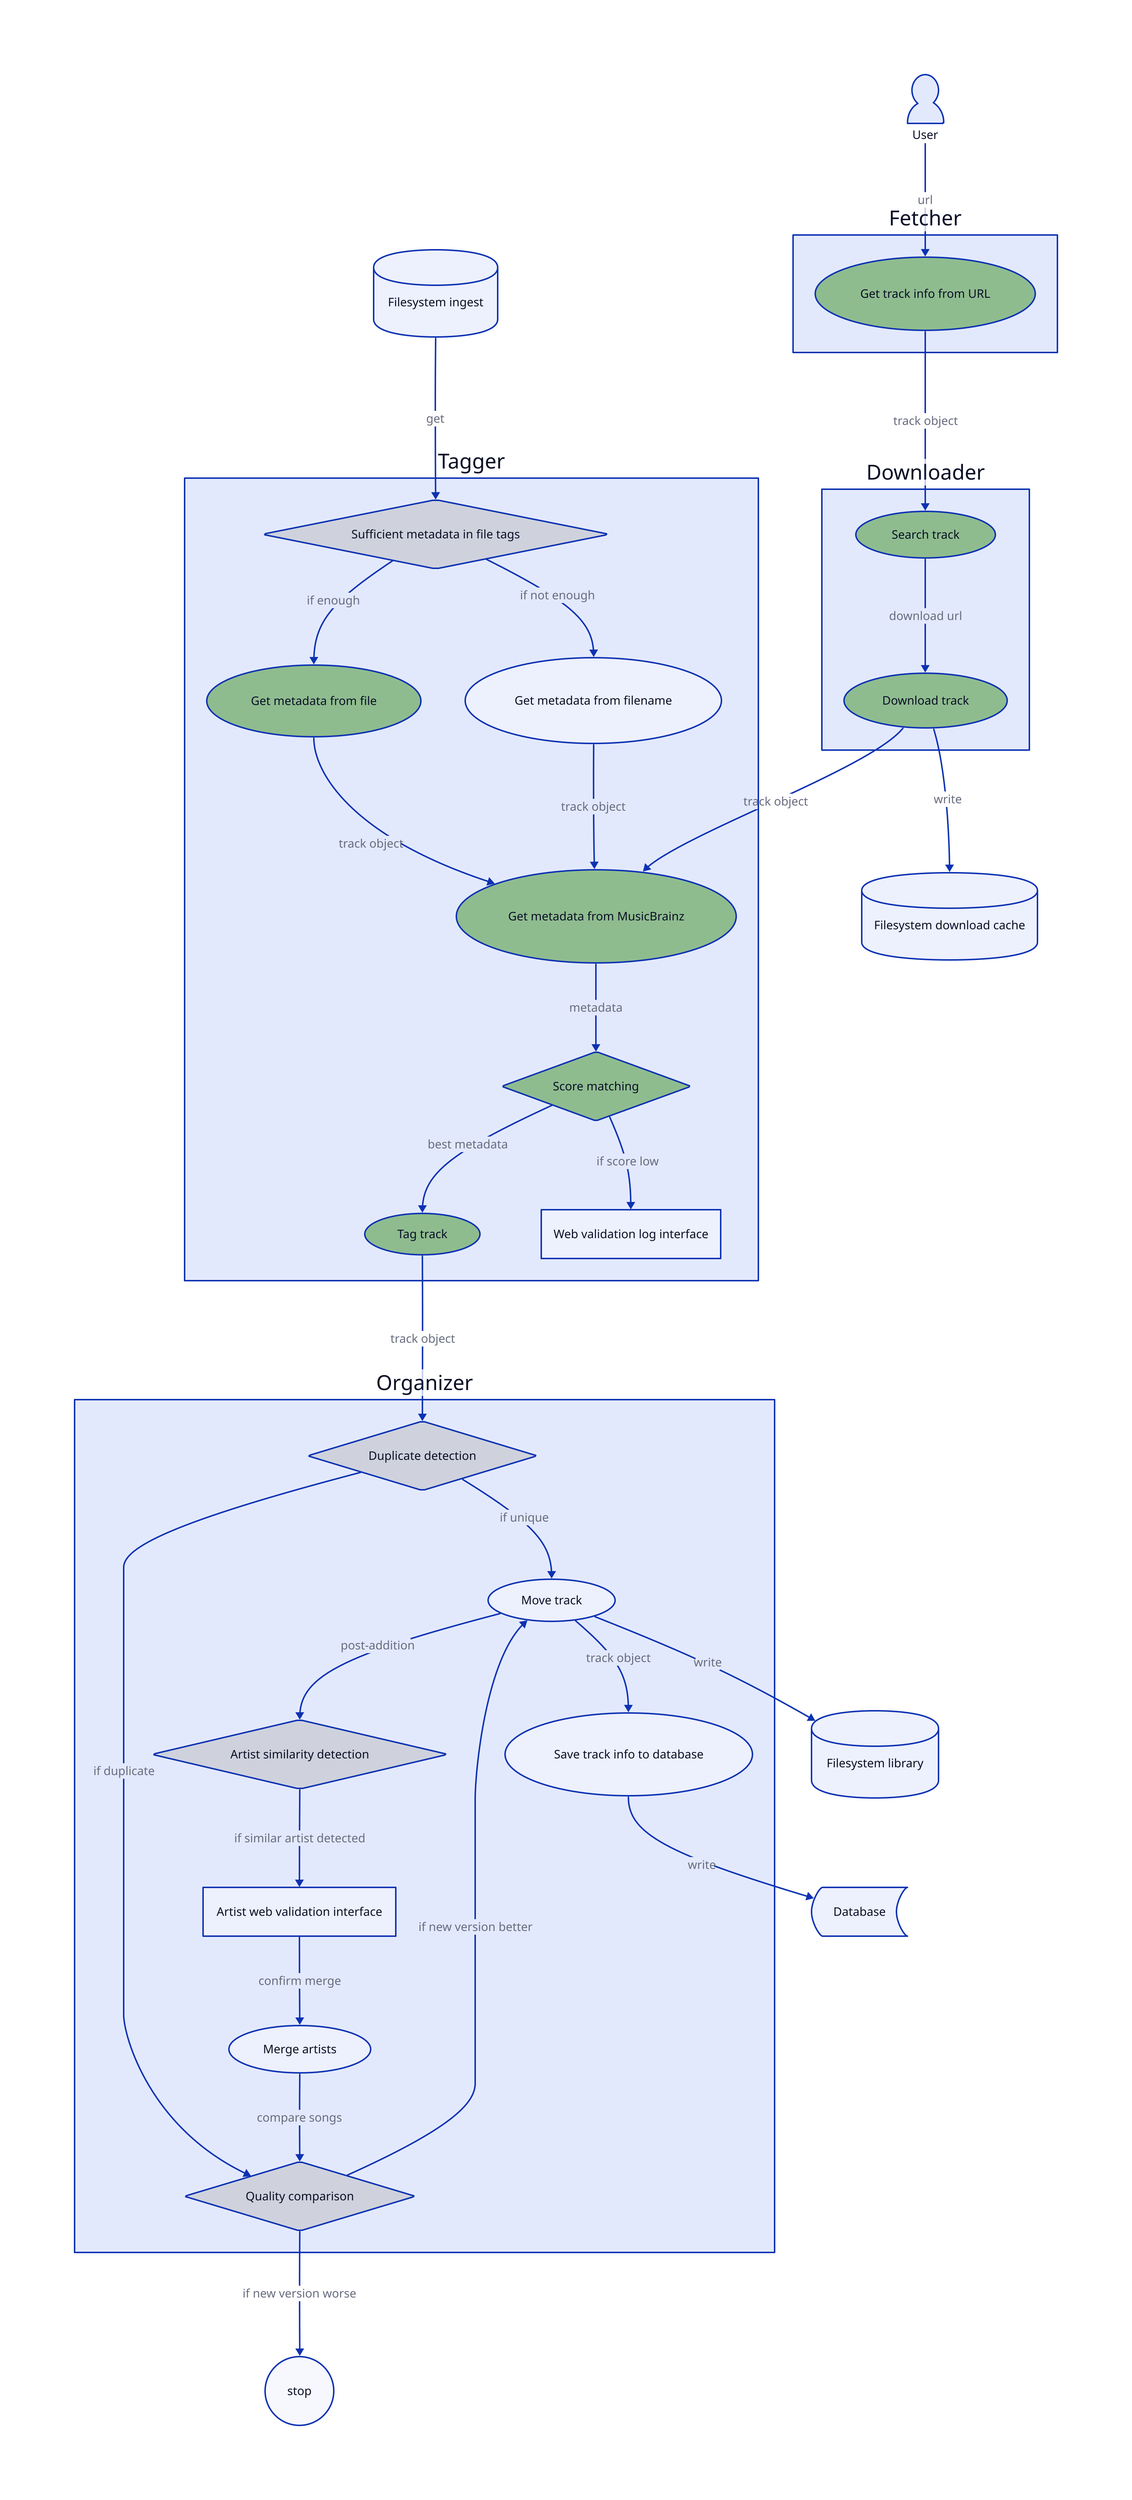
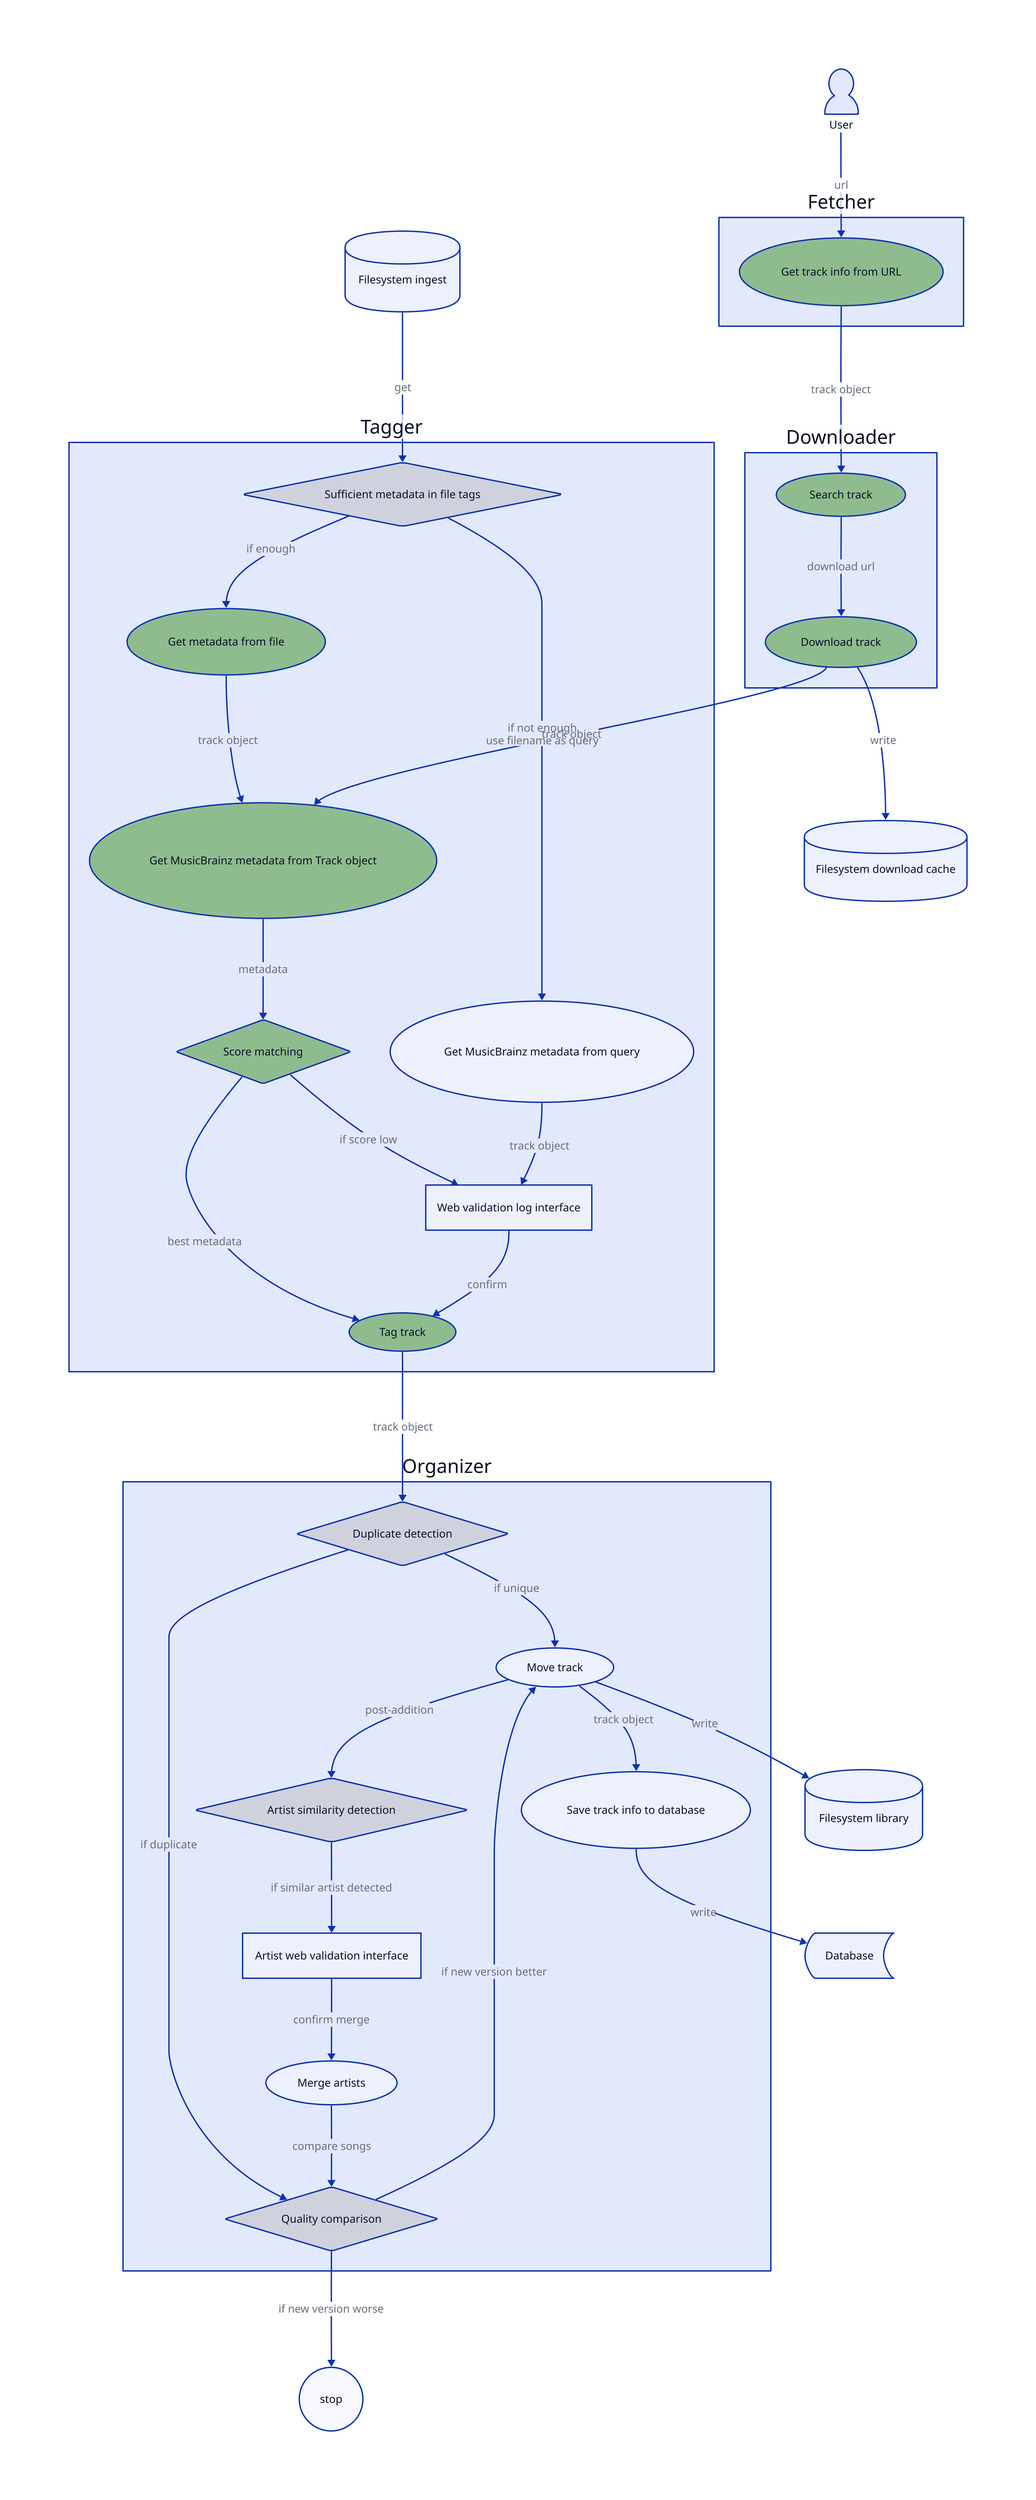
vars: {
    d2-config: {
        layout-engine: dagre
        # Terminal theme code
        theme-id: 200
    }
}

user: "User" {
    shape: person
}

fetcher: "Fetcher" {
    get_track_info_from_url: "Get track info from URL" {
        shape: oval
        style.fill: "darkseagreen"
    }
}

downloader: "Downloader" {
    search_track: "Search track" {
        shape: oval
        style.fill: "darkseagreen"
    }
    download_track: "Download track" {
        shape: oval
        style.fill: "darkseagreen"
    }
}

tagger: "Tagger" {
-     get_metadata_from_music_brainz: "Get metadata from MusicBrainz" {
+     get_music_brainz_metadata_from_track_object: "Get MusicBrainz metadata from Track object" {
        shape: oval
        style.fill: "darkseagreen"
+     }
+     get_music_brainz_metadata_from_query: "Get MusicBrainz metadata from query" {
+         shape: oval
+         # style.fill: "darkseagreen"
    }
    score_matching: "Score matching" {
        shape: diamond
        style.fill: "darkseagreen"
    }
    tag_track: "Tag track" {
        shape: oval
        style.fill: "darkseagreen"
    }
    get_metadata_from_file: "Get metadata from file" {
        shape: oval
        style.fill: "darkseagreen"
    }
-     get_metadata_from_filename: "Get metadata from filename" {
-         shape: oval
-     }
    sufficient_metadata: "Sufficient metadata in file tags" {
        shape: diamond
    }
    web_validation: "Web validation log interface"

-     get_metadata_from_music_brainz -> score_matching: "metadata"
-     get_metadata_from_file -> get_metadata_from_music_brainz: "track object"
-     get_metadata_from_filename -> get_metadata_from_music_brainz: "track object"
+     get_music_brainz_metadata_from_track_object -> score_matching: "metadata"
+     get_metadata_from_file -> get_music_brainz_metadata_from_track_object: "track object"
    sufficient_metadata -> get_metadata_from_file: "if enough"
-     sufficient_metadata -> get_metadata_from_filename: "if not enough"
+     sufficient_metadata -> get_music_brainz_metadata_from_query: "if not enough\nuse filename as query"
    score_matching -> tag_track: "best metadata"
    score_matching -> web_validation: "if score low"
+     get_music_brainz_metadata_from_query -> web_validation: "track object"
+     web_validation -> tag_track: "confirm"
}

organizer: "Organizer" {
    duplicate_detection: "Duplicate detection" {
        shape: diamond
    }
    quality_comparison: "Quality comparison" {
        shape: diamond
    }
    move_track: "Move track" {
        shape: oval
    }
    save_track_info_to_db: "Save track info to database" {
        shape: oval
    }
    artist_similarity_detection: "Artist similarity detection" {
        shape: diamond
    }
    merge_artists: "Merge artists" {
        shape: oval
    }

    artist_web_validation: "Artist web validation interface"

    # Branche de détection de duplicata
    duplicate_detection -> move_track: "if unique"
    duplicate_detection -> quality_comparison: "if duplicate"
    quality_comparison -> move_track: "if new version better"

    # Après ajout, mise à jour de la bibliothèque et base de données
    move_track -> save_track_info_to_db: "track object"

    # Détection d’artistes similaires
    move_track -> artist_similarity_detection: "post-addition"
    artist_similarity_detection -> artist_web_validation: "if similar artist detected"
    artist_web_validation -> merge_artists: "confirm merge"
    merge_artists -> quality_comparison: "compare songs"
}

stop: {
    shape: circle
}

fs_cache: "Filesystem download cache" {
    shape: cylinder
}

fs_ingest: "Filesystem ingest" {
    shape: cylinder
}

fs_library: "Filesystem library" {
    shape: cylinder
}

db: "Database" {
    shape: stored_data
}

# Relations

user -> fetcher.get_track_info_from_url: "url"
fetcher.get_track_info_from_url -> downloader.search_track: "track object"
downloader.search_track -> downloader.download_track: "download url"
downloader.download_track -> fs_cache: "write"
- downloader.download_track -> tagger.get_metadata_from_music_brainz: "track object"
+ downloader.download_track -> tagger.get_music_brainz_metadata_from_track_object: "track object"
fs_ingest -> tagger.sufficient_metadata: "get"
tagger.tag_track -> organizer.duplicate_detection: "track object"
organizer.move_track -> fs_library: "write"
organizer.save_track_info_to_db -> db: "write"
organizer.quality_comparison -> stop: "if new version worse"
